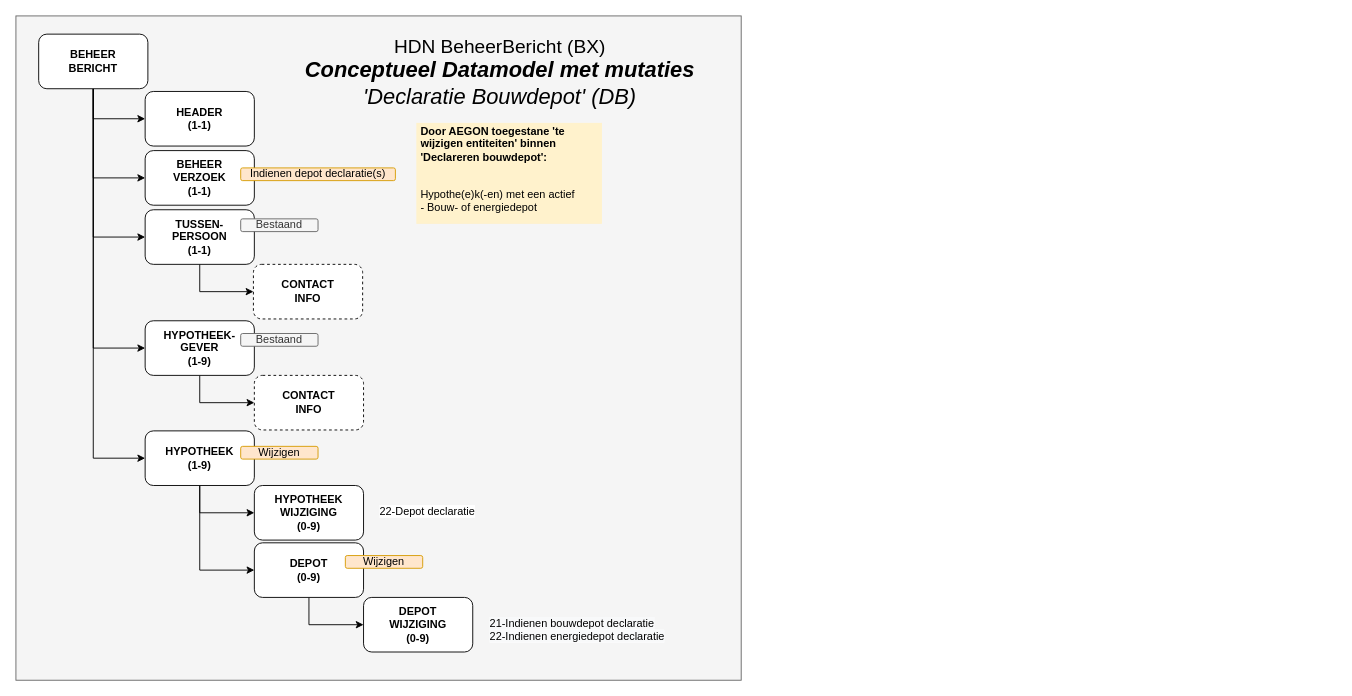
Before: page "DataModel DB met mutaties" (2 of 4) of HDN_BX_MM_BouwdepotDeclaratie.drawio in luchthandel/diagrams, a draw.io diagram. Source tidied: cells renumbered, new cells numbered last; positions are measured from the earlier drawing's top-left corner, leaving out a move shared by most shapes. Both pictures are drawn from the tidied source at 91%, with x=0, y=0 at pixel (15, 15).
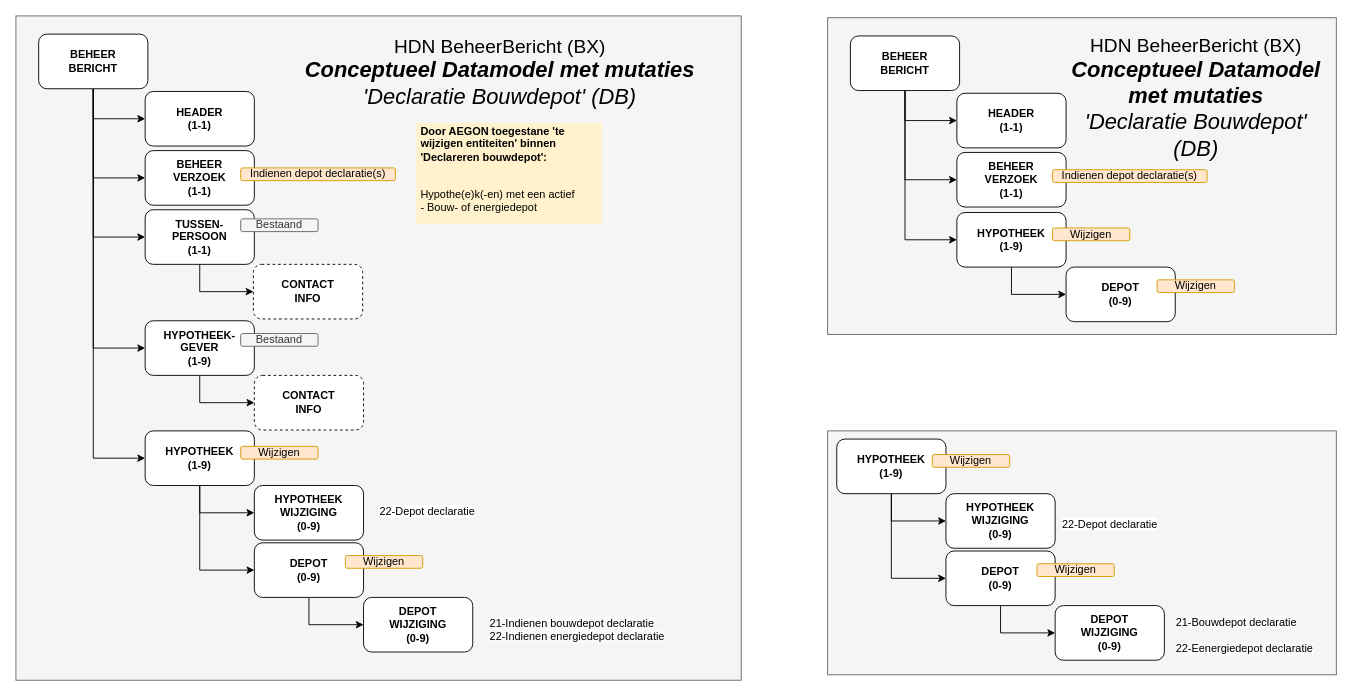
The same page after the edit.

The edit, as a diff of the source:
```diff
@@
+    <mxCell id="33" style="rounded=0;whiteSpace=wrap;html=1;fillColor=#f5f5f5;strokeColor=#666666;fontColor=#333333;labelBackgroundColor=none;" parent="1" vertex="1">
+      <mxGeometry x="892" y="456" width="559" height="268" as="geometry" />
+    </mxCell>
@@
+    <mxCell id="34" style="rounded=0;whiteSpace=wrap;html=1;fillColor=#f5f5f5;strokeColor=#666666;fontColor=#333333;labelBackgroundColor=none;" parent="1" vertex="1">
+      <mxGeometry x="892" y="2" width="559" height="348" as="geometry" />
+    </mxCell>
+    <mxCell id="35" value="DEPOT&lt;br&gt;(0-9)" style="rounded=1;whiteSpace=wrap;html=1;fontStyle=1;" parent="1" vertex="1">
+      <mxGeometry x="1154" y="276" width="120" height="60" as="geometry" />
+    </mxCell>
+    <mxCell id="36" style="edgeStyle=orthogonalEdgeStyle;rounded=0;jettySize=auto;html=1;exitX=0.5;exitY=1;exitDx=0;exitDy=0;entryX=0;entryY=0.5;entryDx=0;entryDy=0;" parent="1" edge="1" source="39" target="41">
+      <mxGeometry relative="1" as="geometry" />
+    </mxCell>
+    <mxCell id="37" style="edgeStyle=orthogonalEdgeStyle;rounded=0;jettySize=auto;html=1;exitX=0.5;exitY=1;exitDx=0;exitDy=0;entryX=0;entryY=0.5;entryDx=0;entryDy=0;" parent="1" edge="1" source="39" target="40">
+      <mxGeometry relative="1" as="geometry" />
+    </mxCell>
+    <mxCell id="38" style="edgeStyle=orthogonalEdgeStyle;rounded=0;jettySize=auto;html=1;exitX=0.5;exitY=1;exitDx=0;exitDy=0;entryX=0;entryY=0.5;entryDx=0;entryDy=0;" parent="1" edge="1" source="39" target="43">
+      <mxGeometry relative="1" as="geometry" />
+    </mxCell>
+    <mxCell id="39" value="BEHEER&lt;br&gt;BERICHT" style="rounded=1;whiteSpace=wrap;html=1;fontStyle=1;" parent="1" vertex="1">
+      <mxGeometry x="917" y="22" width="120" height="60" as="geometry" />
+    </mxCell>
+    <mxCell id="40" value="BEHEER&lt;br&gt;VERZOEK&lt;br&gt;(1-1)" style="rounded=1;whiteSpace=wrap;html=1;fontStyle=1;" parent="1" vertex="1">
+      <mxGeometry x="1034" y="150" width="120" height="60" as="geometry" />
+    </mxCell>
+    <mxCell id="41" value="HEADER&lt;br&gt;(1-1)" style="rounded=1;whiteSpace=wrap;html=1;fontStyle=1;" parent="1" vertex="1">
+      <mxGeometry x="1034" y="85" width="120" height="60" as="geometry" />
+    </mxCell>
+    <mxCell id="42" style="edgeStyle=orthogonalEdgeStyle;rounded=0;jettySize=auto;html=1;exitX=0.5;exitY=1;exitDx=0;exitDy=0;entryX=0;entryY=0.5;entryDx=0;entryDy=0;" parent="1" edge="1" source="43" target="35">
+      <mxGeometry relative="1" as="geometry" />
+    </mxCell>
+    <mxCell id="43" value="HYPOTHEEK&lt;br&gt;(1-9)" style="rounded=1;whiteSpace=wrap;html=1;fontStyle=1;" parent="1" vertex="1">
+      <mxGeometry x="1034" y="216" width="120" height="60" as="geometry" />
+    </mxCell>
+    <mxCell id="44" value="&lt;span style=&quot;font-weight: 400&quot;&gt;Wijzigen&lt;/span&gt;" style="rounded=1;whiteSpace=wrap;html=1;fontStyle=1;fillColor=#ffe6cc;strokeColor=#d79b00;" parent="1" vertex="1">
+      <mxGeometry x="1139" y="233" width="85" height="14" as="geometry" />
+    </mxCell>
+    <mxCell id="45" value="&lt;span style=&quot;font-weight: 400&quot;&gt;Wijzigen&lt;/span&gt;" style="rounded=1;whiteSpace=wrap;html=1;fontStyle=1;fillColor=#ffe6cc;strokeColor=#d79b00;" parent="1" vertex="1">
+      <mxGeometry x="1254" y="290" width="85" height="14" as="geometry" />
+    </mxCell>
+    <mxCell id="46" value="&lt;span style=&quot;font-weight: 400&quot;&gt;Indienen depot declaratie(s)&lt;/span&gt;" style="rounded=1;whiteSpace=wrap;html=1;fontStyle=1;fillColor=#ffe6cc;strokeColor=#d79b00;" parent="1" vertex="1">
+      <mxGeometry x="1139" y="169" width="170" height="14" as="geometry" />
+    </mxCell>
+    <mxCell id="47" value="&lt;font style=&quot;font-size: 21px&quot;&gt;HDN BeheerBericht (BX)&lt;br&gt;&lt;/font&gt;&lt;span style=&quot;font-size: 24px&quot;&gt;&lt;i&gt;&lt;b&gt;Conceptueel Datamodel met mutaties&lt;/b&gt;&lt;br&gt;'Declaratie Bouwdepot' (DB)&lt;br&gt;&lt;/i&gt;&lt;/span&gt;" style="text;html=1;strokeColor=none;fillColor=none;align=center;verticalAlign=middle;whiteSpace=wrap;rounded=0;" parent="1" vertex="1">
+      <mxGeometry x="1147.5" y="43" width="298" height="93" as="geometry" />
+    </mxCell>
+    <mxCell id="48" style="edgeStyle=orthogonalEdgeStyle;rounded=0;jettySize=auto;html=1;exitX=0.5;exitY=1;exitDx=0;exitDy=0;entryX=0;entryY=0.5;entryDx=0;entryDy=0;" parent="1" edge="1" source="49" target="56">
+      <mxGeometry relative="1" as="geometry" />
+    </mxCell>
+    <mxCell id="49" value="DEPOT&lt;br&gt;(0-9)" style="rounded=1;whiteSpace=wrap;html=1;fontStyle=1;" parent="1" vertex="1">
+      <mxGeometry x="1022" y="588" width="120" height="60" as="geometry" />
+    </mxCell>
+    <mxCell id="50" style="edgeStyle=orthogonalEdgeStyle;rounded=0;jettySize=auto;html=1;exitX=0.5;exitY=1;exitDx=0;exitDy=0;entryX=0;entryY=0.5;entryDx=0;entryDy=0;" parent="1" edge="1" source="52" target="49">
+      <mxGeometry relative="1" as="geometry" />
+    </mxCell>
+    <mxCell id="51" style="edgeStyle=orthogonalEdgeStyle;rounded=0;jettySize=auto;html=1;exitX=0.5;exitY=1;exitDx=0;exitDy=0;entryX=0;entryY=0.5;entryDx=0;entryDy=0;" parent="1" edge="1" source="52" target="55">
+      <mxGeometry relative="1" as="geometry" />
+    </mxCell>
+    <mxCell id="52" value="HYPOTHEEK&lt;br&gt;(1-9)" style="rounded=1;whiteSpace=wrap;html=1;fontStyle=1;" parent="1" vertex="1">
+      <mxGeometry x="902" y="465" width="120" height="60" as="geometry" />
+    </mxCell>
+    <mxCell id="53" value="&lt;span style=&quot;font-weight: 400&quot;&gt;Wijzigen&lt;/span&gt;" style="rounded=1;whiteSpace=wrap;html=1;fontStyle=1;fillColor=#ffe6cc;strokeColor=#d79b00;" parent="1" vertex="1">
+      <mxGeometry x="1007" y="482" width="85" height="14" as="geometry" />
+    </mxCell>
+    <mxCell id="54" value="&lt;span style=&quot;font-weight: 400&quot;&gt;Wijzigen&lt;/span&gt;" style="rounded=1;whiteSpace=wrap;html=1;fontStyle=1;fillColor=#ffe6cc;strokeColor=#d79b00;" parent="1" vertex="1">
+      <mxGeometry x="1122" y="602" width="85" height="14" as="geometry" />
+    </mxCell>
+    <mxCell id="55" value="HYPOTHEEK&lt;br&gt;WIJZIGING&lt;br&gt;(0-9)" style="rounded=1;whiteSpace=wrap;html=1;fontStyle=1;" parent="1" vertex="1">
+      <mxGeometry x="1022" y="525" width="120" height="60" as="geometry" />
+    </mxCell>
+    <mxCell id="56" value="DEPOT&lt;br&gt;WIJZIGING&lt;br&gt;(0-9)" style="rounded=1;whiteSpace=wrap;html=1;fontStyle=1;" parent="1" vertex="1">
+      <mxGeometry x="1142" y="648" width="120" height="60" as="geometry" />
+    </mxCell>
+    <mxCell id="57" value="&lt;span style=&quot;color: rgb(0 , 0 , 0) ; font-family: &amp;#34;helvetica&amp;#34; ; font-size: 12px ; font-style: normal ; font-weight: 400 ; letter-spacing: normal ; text-align: center ; text-indent: 0px ; text-transform: none ; word-spacing: 0px ; background-color: rgb(255 , 255 , 255) ; display: inline ; float: none&quot;&gt;&lt;span style=&quot;font-family: &amp;#34;helvetica&amp;#34; ; background-color: rgb(248 , 249 , 250)&quot;&gt;21-Bouwdepot declaratie&lt;br&gt;&lt;br&gt;&lt;/span&gt;&lt;span style=&quot;background-color: rgb(248 , 249 , 250)&quot;&gt;22-Eenergiedepot declaratie&lt;/span&gt;&lt;br&gt;&lt;/span&gt;" style="text;whiteSpace=wrap;html=1;" parent="1" vertex="1">
+      <mxGeometry x="1273" y="653" width="160" height="46" as="geometry" />
+    </mxCell>
+    <mxCell id="58" value="&lt;span style=&quot;color: rgb(0 , 0 , 0) ; font-family: &amp;#34;helvetica&amp;#34; ; font-size: 12px ; font-style: normal ; font-weight: 400 ; letter-spacing: normal ; text-align: center ; text-indent: 0px ; text-transform: none ; word-spacing: 0px ; background-color: rgb(255 , 255 , 255) ; display: inline ; float: none&quot;&gt;22-Depot declaratie&lt;br&gt;&lt;/span&gt;" style="text;whiteSpace=wrap;html=1;" parent="1" vertex="1">
+      <mxGeometry x="1148" y="545" width="149" height="30" as="geometry" />
+    </mxCell>
```
